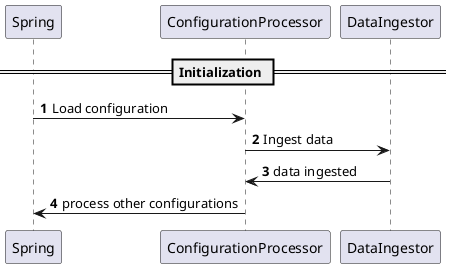
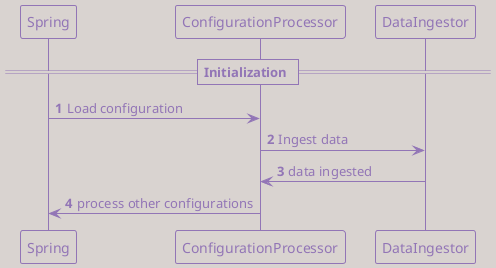
@startuml
- 
+ !theme mimeograph
autonumber

== Initialization ==

Spring -> ConfigurationProcessor: Load configuration
ConfigurationProcessor -> DataIngestor: Ingest data
DataIngestor -> ConfigurationProcessor: data ingested
ConfigurationProcessor -> Spring: process other configurations

@enduml